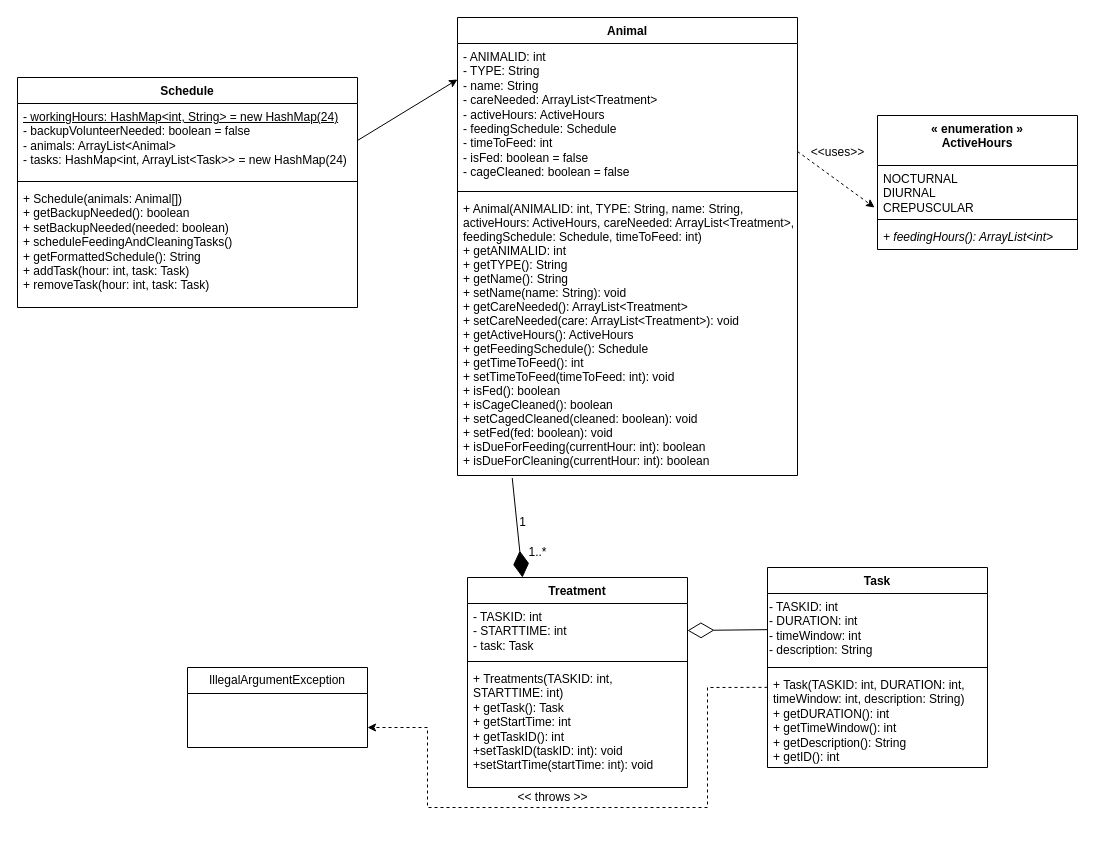
The draw.io diagram 64.drawio in aryan-karadia/Mock-Schedule-Builder, before the edit. Source tidied: cells renumbered, new cells numbered last; positions are measured from the earlier drawing's top-left corner, leaving out a move shared by most shapes. Both pictures are drawn from the tidied source at 100%, with x=0, y=0 at pixel (17, 17).
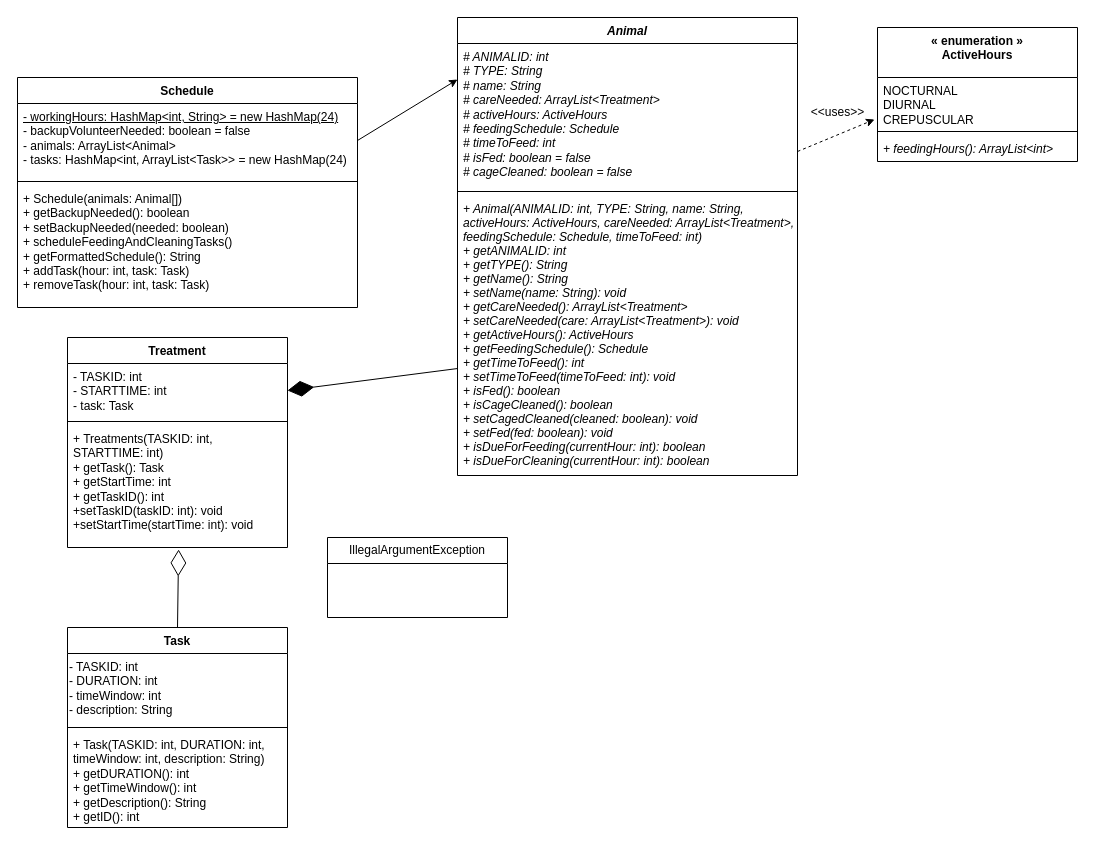
The same page after the edit.

Commit message:
Changed Animal to Abstract

Unchanged cells that the change refers to:
```xml
<mxCell id="11" value="&lt;div style=&quot;&quot;&gt;&lt;span style=&quot;background-color: initial;&quot;&gt;- TASKID: int&lt;/span&gt;&lt;/div&gt;&lt;div style=&quot;&quot;&gt;&lt;span style=&quot;background-color: initial;&quot;&gt;- DURATION: int&lt;/span&gt;&lt;/div&gt;&lt;div style=&quot;&quot;&gt;&lt;span style=&quot;background-color: initial;&quot;&gt;- timeWindow: int&lt;/span&gt;&lt;/div&gt;&lt;div style=&quot;&quot;&gt;&lt;span style=&quot;background-color: initial;&quot;&gt;- description: String&lt;/span&gt;&lt;/div&gt;" style="text;html=1;align=left;verticalAlign=middle;points=[];strokeColor=none;fillColor=none;" parent="10" vertex="1">
  <mxGeometry y="26" width="220" height="70" as="geometry" />
</mxCell>
<mxCell id="13" value="+ Task(TASKID: int, DURATION: int, timeWindow: int, description: String)&lt;br&gt;+ getDURATION(): int&lt;br&gt;+ getTimeWindow(): int&lt;br&gt;+ getDescription(): String&lt;br&gt;+ getID(): int" style="text;strokeColor=none;fillColor=none;align=left;verticalAlign=top;spacingLeft=4;spacingRight=4;overflow=hidden;points=[[0,0.5],[1,0.5]];portConstraint=eastwest;whiteSpace=wrap;html=1;" parent="10" vertex="1">
  <mxGeometry y="104" width="220" height="96" as="geometry" />
</mxCell>
<mxCell id="17" value="- TASKID: int&lt;br&gt;- STARTTIME: int&lt;br&gt;- task: Task" style="text;strokeColor=none;fillColor=none;align=left;verticalAlign=top;spacingLeft=4;spacingRight=4;overflow=hidden;points=[[0,0.5],[1,0.5]];portConstraint=eastwest;whiteSpace=wrap;html=1;" parent="16" vertex="1">
  <mxGeometry y="26" width="220" height="54" as="geometry" />
</mxCell>
<mxCell id="19" value="+ Treatments(TASKID: int, STARTTIME: int)&lt;br&gt;+ getTask(): Task&lt;br&gt;+ getStartTime: int&lt;br&gt;+ getTaskID(): int&lt;br&gt;+setTaskID(taskID: int): void&lt;br&gt;+setStartTime(startTime: int): void" style="text;strokeColor=none;fillColor=none;align=left;verticalAlign=top;spacingLeft=4;spacingRight=4;overflow=hidden;points=[[0,0.5],[1,0.5]];portConstraint=eastwest;whiteSpace=wrap;html=1;" parent="16" vertex="1">
  <mxGeometry y="88" width="220" height="122" as="geometry" />
</mxCell>
```

Change to the diagram source:
```diff
@@
-    <mxCell id="2" value="Animal" style="swimlane;fontStyle=1;align=center;verticalAlign=top;horizontal=1;startSize=26;" parent="1" vertex="1">
+    <mxCell id="2" value="Animal" style="swimlane;fontStyle=3;align=center;verticalAlign=top;horizontal=1;startSize=26;" parent="1" vertex="1">
       <mxGeometry x="440" width="340" height="458" as="geometry" />
     </mxCell>
-    <mxCell id="3" value="&lt;span style=&quot;font-family: Helvetica; font-size: 12px; font-style: normal; font-variant-ligatures: normal; font-variant-caps: normal; font-weight: 400; letter-spacing: normal; orphans: 2; text-align: left; text-indent: 0px; text-transform: none; widows: 2; word-spacing: 0px; -webkit-text-stroke-width: 0px; text-decoration-thickness: initial; text-decoration-style: initial; text-decoration-color: initial; float: none; display: inline !important;&quot;&gt;- ANIMALID: int&lt;br&gt;- TYPE: String&lt;br&gt;- name: String&lt;br&gt;- careNeeded: ArrayList&amp;lt;Treatment&amp;gt;&lt;br&gt;- activeHours: ActiveHours&lt;br&gt;- feedingSchedule: Schedule&lt;br&gt;- timeToFeed: int&lt;br&gt;- isFed: boolean = false&lt;br&gt;- cageCleaned: boolean = false&lt;br&gt;&lt;/span&gt;" style="text;whiteSpace=wrap;html=1;labelBackgroundColor=none;fontColor=default;spacingLeft=4;spacingRight=4;fontStyle=0;" parent="2" vertex="1">
+    <mxCell id="3" value="&lt;span style=&quot;font-family: Helvetica; font-size: 12px; font-variant-ligatures: normal; font-variant-caps: normal; font-weight: 400; letter-spacing: normal; orphans: 2; text-align: left; text-indent: 0px; text-transform: none; widows: 2; word-spacing: 0px; -webkit-text-stroke-width: 0px; text-decoration-thickness: initial; text-decoration-style: initial; text-decoration-color: initial; float: none; display: inline !important;&quot;&gt;# ANIMALID: int&lt;br&gt;# TYPE: String&lt;br&gt;# name: String&lt;br&gt;# careNeeded: ArrayList&amp;lt;Treatment&amp;gt;&lt;br&gt;# activeHours: ActiveHours&lt;br&gt;# feedingSchedule: Schedule&lt;br&gt;# timeToFeed: int&lt;br&gt;# isFed: boolean = false&lt;br&gt;# cageCleaned: boolean = false&lt;br&gt;&lt;/span&gt;" style="text;whiteSpace=wrap;html=1;labelBackgroundColor=none;fontColor=default;spacingLeft=4;spacingRight=4;fontStyle=2;" parent="2" vertex="1">
       <mxGeometry y="26" width="340" height="144" as="geometry" />
     </mxCell>
@@
-    <mxCell id="5" value="+ Animal(ANIMALID: int, TYPE: String, name: String, &#10;activeHours: ActiveHours, careNeeded: ArrayList&lt;Treatment&gt;, &#10;feedingSchedule: Schedule, timeToFeed: int)&#10;+ getANIMALID: int&#10;+ getTYPE(): String&#10;+ getName(): String&#10;+ setName(name: String): void&#10;+ getCareNeeded(): ArrayList&lt;Treatment&gt;&#10;+ setCareNeeded(care: ArrayList&lt;Treatment&gt;): void&#10;+ getActiveHours(): ActiveHours&#10;+ getFeedingSchedule(): Schedule&#10;+ getTimeToFeed(): int&#10;+ setTimeToFeed(timeToFeed: int): void&#10;+ isFed(): boolean&#10;+ isCageCleaned(): boolean&#10;+ setCagedCleaned(cleaned: boolean): void&#10;+ setFed(fed: boolean): void&#10;+ isDueForFeeding(currentHour: int): boolean&#10;+ isDueForCleaning(currentHour: int): boolean&#10;&#10;" style="text;strokeColor=none;fillColor=none;align=left;verticalAlign=top;spacingLeft=4;spacingRight=4;overflow=hidden;points=[[0,0.5],[1,0.5]];portConstraint=eastwest;" parent="2" vertex="1">
+    <mxCell id="5" value="+ Animal(ANIMALID: int, TYPE: String, name: String, &#10;activeHours: ActiveHours, careNeeded: ArrayList&lt;Treatment&gt;, &#10;feedingSchedule: Schedule, timeToFeed: int)&#10;+ getANIMALID: int&#10;+ getTYPE(): String&#10;+ getName(): String&#10;+ setName(name: String): void&#10;+ getCareNeeded(): ArrayList&lt;Treatment&gt;&#10;+ setCareNeeded(care: ArrayList&lt;Treatment&gt;): void&#10;+ getActiveHours(): ActiveHours&#10;+ getFeedingSchedule(): Schedule&#10;+ getTimeToFeed(): int&#10;+ setTimeToFeed(timeToFeed: int): void&#10;+ isFed(): boolean&#10;+ isCageCleaned(): boolean&#10;+ setCagedCleaned(cleaned: boolean): void&#10;+ setFed(fed: boolean): void&#10;+ isDueForFeeding(currentHour: int): boolean&#10;+ isDueForCleaning(currentHour: int): boolean&#10;&#10;" style="text;strokeColor=none;fillColor=none;align=left;verticalAlign=top;spacingLeft=4;spacingRight=4;overflow=hidden;points=[[0,0.5],[1,0.5]];portConstraint=eastwest;fontStyle=2;" parent="2" vertex="1">
       <mxGeometry y="178" width="340" height="280" as="geometry" />
     </mxCell>
     <mxCell id="6" value="« enumeration »&lt;br style=&quot;border-color: var(--border-color); font-weight: 400;&quot;&gt;&lt;b style=&quot;border-color: var(--border-color);&quot;&gt;ActiveHours&lt;/b&gt;" style="swimlane;fontStyle=1;align=center;verticalAlign=top;horizontal=1;startSize=50;whiteSpace=wrap;html=1;" parent="1" vertex="1">
-      <mxGeometry x="860" y="98" width="200" height="134" as="geometry" />
+      <mxGeometry x="860" y="10" width="200" height="134" as="geometry" />
     </mxCell>
@@
     <mxCell id="10" value="Task" style="swimlane;fontStyle=1;align=center;verticalAlign=top;horizontal=1;startSize=26;whiteSpace=wrap;html=1;" parent="1" vertex="1">
-      <mxGeometry x="750" y="550" width="220" height="200" as="geometry" />
+      <mxGeometry x="50" y="610" width="220" height="200" as="geometry" />
     </mxCell>
@@
     <mxCell id="15" value="&amp;lt;&amp;lt;uses&amp;gt;&amp;gt;" style="text;html=1;align=center;verticalAlign=middle;strokeColor=none;fillColor=none;" parent="1" vertex="1">
-      <mxGeometry x="780" y="120" width="80" height="30" as="geometry" />
+      <mxGeometry x="780" y="80" width="80" height="30" as="geometry" />
     </mxCell>
     <mxCell id="16" value="Treatment" style="swimlane;fontStyle=1;align=center;verticalAlign=top;horizontal=1;startSize=26;whiteSpace=wrap;html=1;" parent="1" vertex="1">
-      <mxGeometry x="450" y="560" width="220" height="210" as="geometry" />
+      <mxGeometry x="50" y="320" width="220" height="210" as="geometry" />
     </mxCell>
@@
-    <mxCell id="20" style="endArrow=diamondThin;endFill=1;endSize=24;html=1;rounded=0;exitX=0.161;exitY=1.009;exitDx=0;exitDy=0;exitPerimeter=0;entryX=0.25;entryY=0;entryDx=0;entryDy=0;" parent="1" edge="1" source="5" target="16">
+    <mxCell id="20" style="endArrow=diamondThin;endFill=1;endSize=24;html=1;rounded=0;exitX=0;exitY=0.618;exitDx=0;exitDy=0;entryX=1;entryY=0.5;entryDx=0;entryDy=0;exitPerimeter=0;" parent="1" edge="1" source="5" target="17">
       <mxGeometry relative="1" as="geometry" />
     </mxCell>
-    <mxCell id="21" value="1" style="text;html=1;align=center;verticalAlign=middle;strokeColor=none;fillColor=none;" parent="1" vertex="1">
-      <mxGeometry x="490" y="490" width="30" height="30" as="geometry" />
-    </mxCell>
-    <mxCell id="22" value="1..*" style="text;html=1;align=center;verticalAlign=middle;strokeColor=none;fillColor=none;" parent="1" vertex="1">
-      <mxGeometry x="500" y="520" width="40" height="30" as="geometry" />
-    </mxCell>
-    <mxCell id="23" style="endArrow=diamondThin;endFill=0;endSize=24;html=1;rounded=0;entryX=1;entryY=0.5;entryDx=0;entryDy=0;" parent="1" edge="1" source="11" target="17">
+    <mxCell id="23" style="endArrow=diamondThin;endFill=0;endSize=24;html=1;rounded=0;entryX=0.505;entryY=1.016;entryDx=0;entryDy=0;entryPerimeter=0;exitX=0.5;exitY=0;exitDx=0;exitDy=0;" parent="1" edge="1" source="10" target="19">
       <mxGeometry relative="1" as="geometry" />
     </mxCell>
@@
     <mxCell id="29" value="IllegalArgumentException" style="swimlane;fontStyle=0;horizontal=1;startSize=26;fillColor=none;whiteSpace=wrap;html=1;" parent="1" vertex="1">
-      <mxGeometry x="170" y="650" width="180" height="80" as="geometry" />
+      <mxGeometry x="310" y="520" width="180" height="80" as="geometry" />
     </mxCell>
-    <mxCell id="30" style="html=1;labelBackgroundColor=#ffffff;startArrow=none;startFill=0;startSize=6;endArrow=classic;endFill=1;endSize=6;jettySize=auto;strokeWidth=1;dashed=1;fontSize=14;rounded=0;exitX=0;exitY=0.165;exitDx=0;exitDy=0;exitPerimeter=0;entryX=1;entryY=0.75;entryDx=0;entryDy=0;" parent="1" edge="1" source="13" target="29">
-      <mxGeometry relative="1" as="geometry">
-        <Array as="points">
-          <mxPoint x="690" y="670" />
-          <mxPoint x="690" y="790" />
-          <mxPoint x="410" y="790" />
-          <mxPoint x="410" y="710" />
-        </Array>
-      </mxGeometry>
-    </mxCell>
-    <mxCell id="31" value="&amp;lt;&amp;lt; throws &amp;gt;&amp;gt;" style="text;html=1;align=center;verticalAlign=middle;strokeColor=none;fillColor=none;" parent="1" vertex="1">
-      <mxGeometry x="490" y="765" width="90" height="30" as="geometry" />
-    </mxCell>
```
